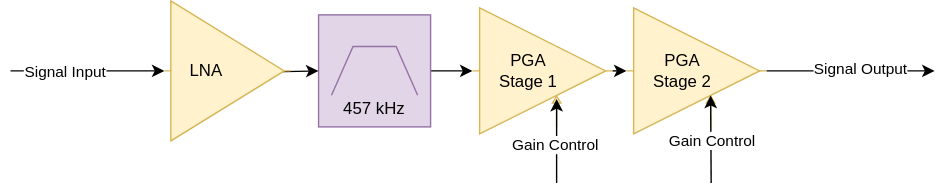
The draw.io diagram diagrams/receiver-analog-front-end.drawio.svg in Avy-Dawgs/system-definition, before a commit. Source tidied: cells renumbered, new cells last; positions are measured from the earlier drawing's top-left corner, leaving out a move shared by most shapes. Its diagram source:
```xml
<mxGraphModel>
  <root>
    <mxCell id="0" />
    <mxCell id="1" parent="0" />
    <mxCell id="2" style="edgeStyle=orthogonalEdgeStyle;rounded=0;jettySize=auto;html=1;exitX=1;exitY=0.5;exitDx=0;exitDy=0;exitPerimeter=0;" parent="1" edge="1" source="3" target="5">
      <mxGeometry relative="1" as="geometry" />
    </mxCell>
    <mxCell id="3" style="verticalLabelPosition=bottom;shadow=0;dashed=0;align=center;html=1;verticalAlign=top;shape=mxgraph.electrical.logic_gates.bandpass_filter;fillColor=#e1d5e7;strokeColor=#9673a6;" parent="1" vertex="1">
      <mxGeometry x="220" y="10" width="80" height="80" as="geometry" />
    </mxCell>
    <mxCell id="4" style="edgeStyle=orthogonalEdgeStyle;rounded=0;jettySize=auto;html=1;exitX=1;exitY=0.5;exitDx=0;exitDy=0;entryX=0;entryY=0.5;entryDx=0;entryDy=0;entryPerimeter=0;" parent="1" edge="1" target="3">
      <mxGeometry relative="1" as="geometry">
        <mxPoint x="170" y="50" as="sourcePoint" />
      </mxGeometry>
    </mxCell>
    <mxCell id="5" style="verticalLabelPosition=bottom;shadow=0;dashed=0;align=center;html=1;verticalAlign=top;shape=mxgraph.electrical.abstract.controlled_amplifier;fillColor=#fff2cc;strokeColor=#d6b656;" parent="1" vertex="1">
      <mxGeometry x="330" y="5" width="100" height="90" as="geometry" />
    </mxCell>
    <mxCell id="6" style="verticalLabelPosition=bottom;shadow=0;dashed=0;align=center;html=1;verticalAlign=top;shape=mxgraph.electrical.abstract.controlled_amplifier;fillColor=#fff2cc;strokeColor=#d6b656;" parent="1" vertex="1">
      <mxGeometry x="440" y="5" width="100" height="90" as="geometry" />
    </mxCell>
    <mxCell id="7" style="edgeStyle=orthogonalEdgeStyle;rounded=0;jettySize=auto;html=1;exitX=1;exitY=0.5;exitDx=0;exitDy=0;exitPerimeter=0;entryX=0;entryY=0.5;entryDx=0;entryDy=0;entryPerimeter=0;" parent="1" edge="1" source="5" target="6">
      <mxGeometry relative="1" as="geometry" />
    </mxCell>
    <mxCell id="8" style="verticalLabelPosition=bottom;shadow=0;dashed=0;align=center;html=1;verticalAlign=top;shape=mxgraph.electrical.abstract.amplifier;fillColor=#fff2cc;strokeColor=#d6b656;" parent="1" vertex="1">
      <mxGeometry x="110" width="90" height="100" as="geometry" />
    </mxCell>
    <mxCell id="9" value="&lt;font style=&quot;font-size: 12px;&quot;&gt;LNA&lt;/font&gt;" style="text;strokeColor=none;align=center;fillColor=none;html=1;verticalAlign=middle;whiteSpace=wrap;rounded=0;" parent="1" vertex="1">
      <mxGeometry x="110" y="35" width="60" height="30" as="geometry" />
    </mxCell>
    <mxCell id="10" value="&lt;font style=&quot;font-size: 12px;&quot;&gt;PGA Stage 1&lt;/font&gt;" style="text;strokeColor=none;align=center;fillColor=none;html=1;verticalAlign=middle;whiteSpace=wrap;rounded=0;" parent="1" vertex="1">
      <mxGeometry x="340" y="35" width="60" height="30" as="geometry" />
    </mxCell>
    <mxCell id="11" value="&lt;font style=&quot;font-size: 12px;&quot;&gt;PGA Stage 2&lt;/font&gt;" style="text;strokeColor=none;align=center;fillColor=none;html=1;verticalAlign=middle;whiteSpace=wrap;rounded=0;" parent="1" vertex="1">
      <mxGeometry x="450" y="35" width="60" height="30" as="geometry" />
    </mxCell>
    <mxCell id="12" value="&lt;font style=&quot;font-size: 12px;&quot;&gt;457 kHz&lt;/font&gt;" style="text;strokeColor=none;align=center;fillColor=none;html=1;verticalAlign=middle;whiteSpace=wrap;rounded=0;" parent="1" vertex="1">
      <mxGeometry x="230" y="61.5" width="60" height="30" as="geometry" />
    </mxCell>
    <mxCell id="13" style="endArrow=classic;html=1;rounded=0;entryX=0;entryY=0.5;entryDx=0;entryDy=0;" parent="1" edge="1" target="9">
      <mxGeometry relative="1" as="geometry">
        <mxPoint y="50" as="sourcePoint" />
      </mxGeometry>
    </mxCell>
    <mxCell id="14" value="Signal Input" style="edgeLabel;html=1;align=center;verticalAlign=middle;" parent="13" vertex="1">
      <mxGeometry x="-0.29" y="-1" relative="1" as="geometry" />
    </mxCell>
    <mxCell id="15" style="endArrow=classic;html=1;rounded=0;exitX=1;exitY=0.5;exitDx=0;exitDy=0;exitPerimeter=0;" parent="1" edge="1" source="6">
      <mxGeometry relative="1" as="geometry">
        <mxPoint x="660" y="50" as="targetPoint" />
      </mxGeometry>
    </mxCell>
    <mxCell id="16" value="Signal Output" style="edgeLabel;html=1;align=center;verticalAlign=middle;" parent="15" vertex="1">
      <mxGeometry x="0.12" y="1" relative="1" as="geometry" />
    </mxCell>
    <mxCell id="17" style="endArrow=classic;html=1;rounded=0;" parent="1" edge="1">
      <mxGeometry relative="1" as="geometry">
        <mxPoint x="390" y="130" as="sourcePoint" />
        <mxPoint x="390" y="70" as="targetPoint" />
      </mxGeometry>
    </mxCell>
    <mxCell id="18" value="Gain Control" style="edgeLabel;html=1;align=center;verticalAlign=middle;" parent="17" vertex="1">
      <mxGeometry x="-0.1" y="1" relative="1" as="geometry" />
    </mxCell>
    <mxCell id="19" style="endArrow=classic;html=1;rounded=0;entryX=0.6;entryY=0.696;entryDx=0;entryDy=0;entryPerimeter=0;" parent="1" edge="1" target="6">
      <mxGeometry relative="1" as="geometry">
        <mxPoint x="500.4" y="130" as="sourcePoint" />
      </mxGeometry>
    </mxCell>
    <mxCell id="20" value="Gain Control" style="edgeLabel;html=1;align=center;verticalAlign=middle;" parent="19" vertex="1">
      <mxGeometry x="-0.02" y="-1" relative="1" as="geometry" />
    </mxCell>
  </root>
</mxGraphModel>
```
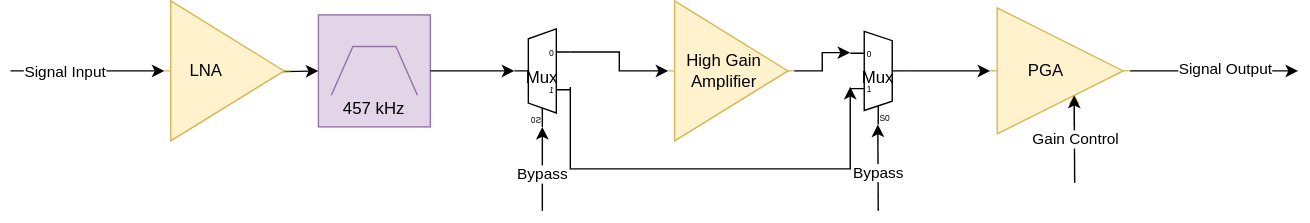
The same file after the commit.

Commit message:
change to high gain amplifier with bypass

Diff of the diagram source:
```diff
@@ -2,9 +2,9 @@
   <root>
     <mxCell id="0" />
     <mxCell id="1" parent="0" />
-    <mxCell id="2" style="edgeStyle=orthogonalEdgeStyle;rounded=0;jettySize=auto;html=1;exitX=1;exitY=0.5;exitDx=0;exitDy=0;exitPerimeter=0;" parent="1" edge="1" source="3" target="5">
-      <mxGeometry relative="1" as="geometry" />
-    </mxCell>
+    <mxCell id="21" style="verticalLabelPosition=bottom;shadow=0;dashed=0;align=center;html=1;verticalAlign=top;shape=mxgraph.electrical.abstract.amplifier;fillColor=#fff2cc;strokeColor=#d6b656;" parent="1" vertex="1">
+      <mxGeometry x="470" width="90" height="100" as="geometry" />
+    </mxCell>
     <mxCell id="3" style="verticalLabelPosition=bottom;shadow=0;dashed=0;align=center;html=1;verticalAlign=top;shape=mxgraph.electrical.logic_gates.bandpass_filter;fillColor=#e1d5e7;strokeColor=#9673a6;" parent="1" vertex="1">
       <mxGeometry x="220" y="10" width="80" height="80" as="geometry" />
     </mxCell>
@@ -13,26 +13,20 @@
         <mxPoint x="170" y="50" as="sourcePoint" />
       </mxGeometry>
     </mxCell>
-    <mxCell id="5" style="verticalLabelPosition=bottom;shadow=0;dashed=0;align=center;html=1;verticalAlign=top;shape=mxgraph.electrical.abstract.controlled_amplifier;fillColor=#fff2cc;strokeColor=#d6b656;" parent="1" vertex="1">
-      <mxGeometry x="330" y="5" width="100" height="90" as="geometry" />
-    </mxCell>
     <mxCell id="6" style="verticalLabelPosition=bottom;shadow=0;dashed=0;align=center;html=1;verticalAlign=top;shape=mxgraph.electrical.abstract.controlled_amplifier;fillColor=#fff2cc;strokeColor=#d6b656;" parent="1" vertex="1">
-      <mxGeometry x="440" y="5" width="100" height="90" as="geometry" />
+      <mxGeometry x="700" y="5" width="100" height="90" as="geometry" />
     </mxCell>
-    <mxCell id="7" style="edgeStyle=orthogonalEdgeStyle;rounded=0;jettySize=auto;html=1;exitX=1;exitY=0.5;exitDx=0;exitDy=0;exitPerimeter=0;entryX=0;entryY=0.5;entryDx=0;entryDy=0;entryPerimeter=0;" parent="1" edge="1" source="5" target="6">
-      <mxGeometry relative="1" as="geometry" />
-    </mxCell>
     <mxCell id="8" style="verticalLabelPosition=bottom;shadow=0;dashed=0;align=center;html=1;verticalAlign=top;shape=mxgraph.electrical.abstract.amplifier;fillColor=#fff2cc;strokeColor=#d6b656;" parent="1" vertex="1">
       <mxGeometry x="110" width="90" height="100" as="geometry" />
     </mxCell>
     <mxCell id="9" value="&lt;font style=&quot;font-size: 12px;&quot;&gt;LNA&lt;/font&gt;" style="text;strokeColor=none;align=center;fillColor=none;html=1;verticalAlign=middle;whiteSpace=wrap;rounded=0;" parent="1" vertex="1">
       <mxGeometry x="110" y="35" width="60" height="30" as="geometry" />
     </mxCell>
-    <mxCell id="10" value="&lt;font style=&quot;font-size: 12px;&quot;&gt;PGA Stage 1&lt;/font&gt;" style="text;strokeColor=none;align=center;fillColor=none;html=1;verticalAlign=middle;whiteSpace=wrap;rounded=0;" parent="1" vertex="1">
-      <mxGeometry x="340" y="35" width="60" height="30" as="geometry" />
+    <mxCell id="10" value="&lt;font style=&quot;font-size: 12px;&quot;&gt;High Gain Amplifier&lt;/font&gt;" style="text;strokeColor=none;align=center;fillColor=none;html=1;verticalAlign=middle;whiteSpace=wrap;rounded=0;" parent="1" vertex="1">
+      <mxGeometry x="480" y="35" width="60" height="30" as="geometry" />
     </mxCell>
-    <mxCell id="11" value="&lt;font style=&quot;font-size: 12px;&quot;&gt;PGA Stage 2&lt;/font&gt;" style="text;strokeColor=none;align=center;fillColor=none;html=1;verticalAlign=middle;whiteSpace=wrap;rounded=0;" parent="1" vertex="1">
-      <mxGeometry x="450" y="35" width="60" height="30" as="geometry" />
+    <mxCell id="11" value="&lt;font style=&quot;font-size: 12px;&quot;&gt;PGA&lt;/font&gt;" style="text;strokeColor=none;align=center;fillColor=none;html=1;verticalAlign=middle;whiteSpace=wrap;rounded=0;" parent="1" vertex="1">
+      <mxGeometry x="710" y="35" width="60" height="30" as="geometry" />
     </mxCell>
     <mxCell id="12" value="&lt;font style=&quot;font-size: 12px;&quot;&gt;457 kHz&lt;/font&gt;" style="text;strokeColor=none;align=center;fillColor=none;html=1;verticalAlign=middle;whiteSpace=wrap;rounded=0;" parent="1" vertex="1">
       <mxGeometry x="230" y="61.5" width="60" height="30" as="geometry" />
@@ -47,28 +41,62 @@
     </mxCell>
     <mxCell id="15" style="endArrow=classic;html=1;rounded=0;exitX=1;exitY=0.5;exitDx=0;exitDy=0;exitPerimeter=0;" parent="1" edge="1" source="6">
       <mxGeometry relative="1" as="geometry">
-        <mxPoint x="660" y="50" as="targetPoint" />
+        <mxPoint x="920" y="50" as="targetPoint" />
       </mxGeometry>
     </mxCell>
     <mxCell id="16" value="Signal Output" style="edgeLabel;html=1;align=center;verticalAlign=middle;" parent="15" vertex="1">
       <mxGeometry x="0.12" y="1" relative="1" as="geometry" />
     </mxCell>
-    <mxCell id="17" style="endArrow=classic;html=1;rounded=0;" parent="1" edge="1">
-      <mxGeometry relative="1" as="geometry">
-        <mxPoint x="390" y="130" as="sourcePoint" />
-        <mxPoint x="390" y="70" as="targetPoint" />
-      </mxGeometry>
-    </mxCell>
-    <mxCell id="18" value="Gain Control" style="edgeLabel;html=1;align=center;verticalAlign=middle;" parent="17" vertex="1">
-      <mxGeometry x="-0.1" y="1" relative="1" as="geometry" />
-    </mxCell>
     <mxCell id="19" style="endArrow=classic;html=1;rounded=0;entryX=0.6;entryY=0.696;entryDx=0;entryDy=0;entryPerimeter=0;" parent="1" edge="1" target="6">
       <mxGeometry relative="1" as="geometry">
-        <mxPoint x="500.4" y="130" as="sourcePoint" />
+        <mxPoint x="760.4" y="130" as="sourcePoint" />
       </mxGeometry>
     </mxCell>
     <mxCell id="20" value="Gain Control" style="edgeLabel;html=1;align=center;verticalAlign=middle;" parent="19" vertex="1">
       <mxGeometry x="-0.02" y="-1" relative="1" as="geometry" />
     </mxCell>
+    <mxCell id="22" style="edgeStyle=orthogonalEdgeStyle;rounded=0;jettySize=auto;html=1;exitX=0;exitY=0.5499999999999999;exitDx=0;exitDy=3;exitPerimeter=0;entryX=0;entryY=0.5499999999999999;entryDx=0;entryDy=3;entryPerimeter=0;" parent="1" edge="1" source="23" target="25">
+      <mxGeometry relative="1" as="geometry">
+        <Array as="points">
+          <mxPoint x="400" y="120" />
+          <mxPoint x="600" y="120" />
+        </Array>
+      </mxGeometry>
+    </mxCell>
+    <mxCell id="23" value="Mux" style="shadow=0;dashed=0;align=center;html=1;strokeWidth=1;shape=mxgraph.electrical.abstract.mux2;whiteSpace=wrap;flipH=1;" parent="1" vertex="1">
+      <mxGeometry x="360" y="20" width="40" height="70" as="geometry" />
+    </mxCell>
+    <mxCell id="24" style="edgeStyle=orthogonalEdgeStyle;rounded=0;jettySize=auto;html=1;exitX=1;exitY=0.5;exitDx=0;exitDy=0;exitPerimeter=0;entryX=1;entryY=0.5;entryDx=0;entryDy=-5;entryPerimeter=0;" parent="1" edge="1" source="3" target="23">
+      <mxGeometry relative="1" as="geometry" />
+    </mxCell>
+    <mxCell id="25" value="Mux" style="shadow=0;dashed=0;align=center;html=1;strokeWidth=1;shape=mxgraph.electrical.abstract.mux2;whiteSpace=wrap;" parent="1" vertex="1">
+      <mxGeometry x="600" y="21.8" width="40" height="66.5" as="geometry" />
+    </mxCell>
+    <mxCell id="26" style="edgeStyle=orthogonalEdgeStyle;rounded=0;jettySize=auto;html=1;exitX=1;exitY=0.5;exitDx=0;exitDy=0;exitPerimeter=0;entryX=0;entryY=0.18333333333333332;entryDx=0;entryDy=3;entryPerimeter=0;" parent="1" edge="1" source="21" target="25">
+      <mxGeometry relative="1" as="geometry" />
+    </mxCell>
+    <mxCell id="27" style="edgeStyle=orthogonalEdgeStyle;rounded=0;jettySize=auto;html=1;exitX=1;exitY=0.5;exitDx=0;exitDy=-5;exitPerimeter=0;entryX=0;entryY=0.5;entryDx=0;entryDy=0;entryPerimeter=0;" parent="1" edge="1" source="25" target="6">
+      <mxGeometry relative="1" as="geometry" />
+    </mxCell>
+    <mxCell id="28" style="edgeStyle=orthogonalEdgeStyle;rounded=0;jettySize=auto;html=1;exitX=0;exitY=0.19285714285714287;exitDx=0;exitDy=3;exitPerimeter=0;entryX=0;entryY=0.5;entryDx=0;entryDy=0;entryPerimeter=0;" parent="1" edge="1" source="23" target="21">
+      <mxGeometry relative="1" as="geometry" />
+    </mxCell>
+    <mxCell id="29" style="endArrow=classic;html=1;rounded=0;entryX=0.25;entryY=1;entryDx=10;entryDy=0;entryPerimeter=0;" parent="1" edge="1" target="23">
+      <mxGeometry relative="1" as="geometry">
+        <mxPoint x="380" y="150" as="sourcePoint" />
+      </mxGeometry>
+    </mxCell>
+    <mxCell id="30" value="Bypass" style="edgeLabel;html=1;align=center;verticalAlign=middle;" parent="29" vertex="1">
+      <mxGeometry x="-0.12" relative="1" as="geometry" />
+    </mxCell>
+    <mxCell id="31" style="endArrow=classic;html=1;rounded=0;entryX=0.25;entryY=1;entryDx=10;entryDy=0;entryPerimeter=0;" parent="1" edge="1">
+      <mxGeometry relative="1" as="geometry">
+        <mxPoint x="620" y="150" as="sourcePoint" />
+        <mxPoint x="619.7" y="88.2" as="targetPoint" />
+      </mxGeometry>
+    </mxCell>
+    <mxCell id="32" value="Bypass" style="edgeLabel;html=1;align=center;verticalAlign=middle;" parent="31" vertex="1">
+      <mxGeometry x="-0.12" relative="1" as="geometry" />
+    </mxCell>
   </root>
 </mxGraphModel>
```
